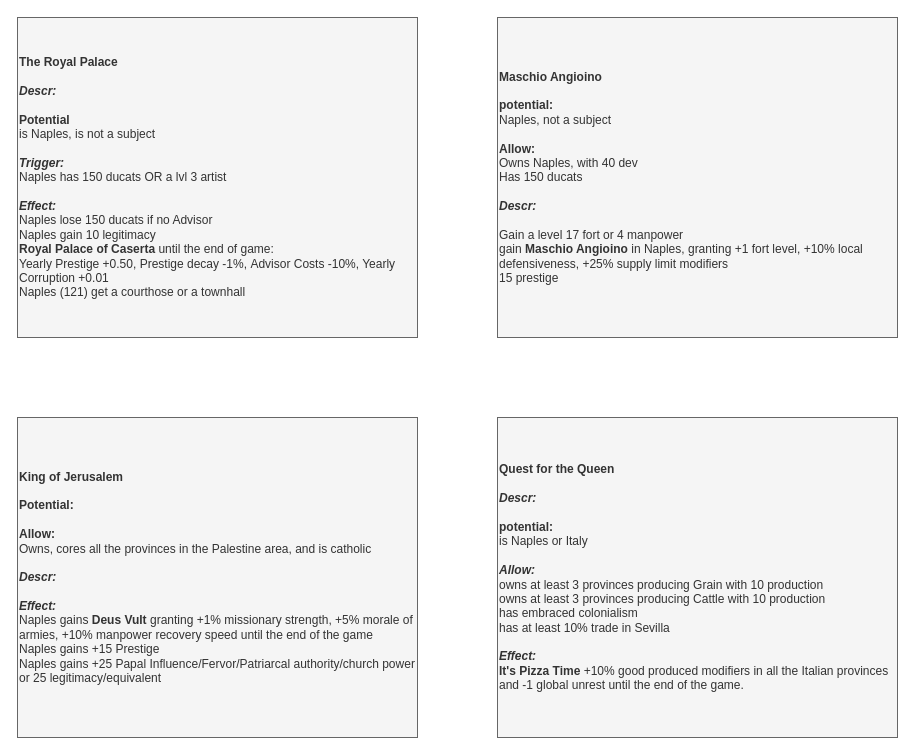
The draw.io diagram page "Decision" (3 of 3) of Naples/It's Pizza Time 0.97.drawio in Melvasul/Missions-Expanded, before the edit. Source tidied: cells renumbered, new cells numbered last; positions are measured from the earlier drawing's top-left corner, leaving out a move shared by most shapes. Both pictures are drawn from the tidied source at 100%, with x=0, y=0 at pixel (17, 17).
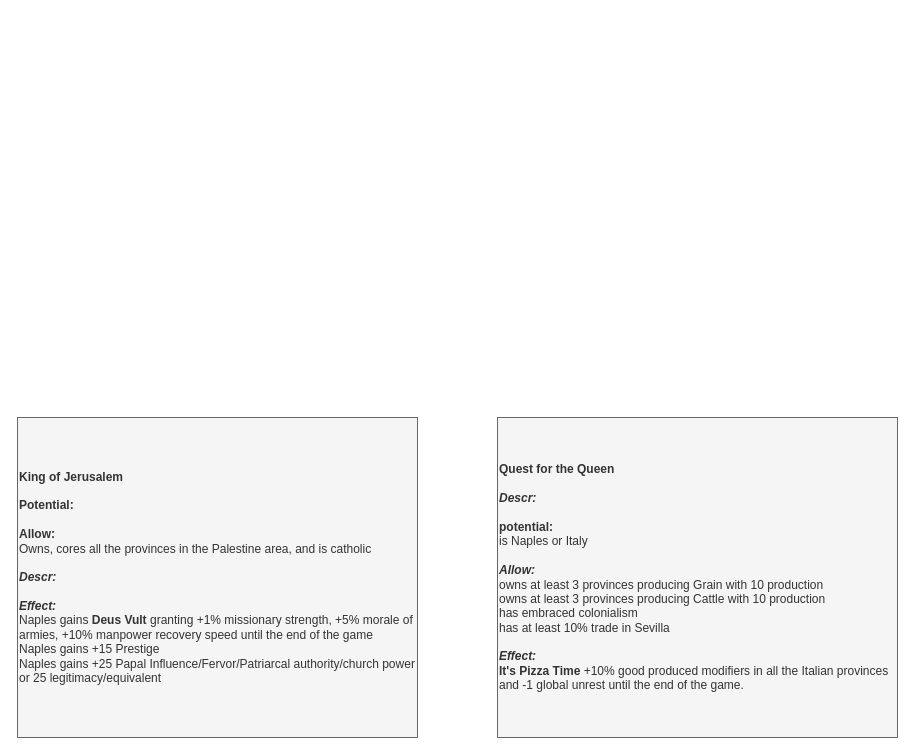
Above is the later version.

What changed in the source:
```diff
@@
 <mxGraphModel>
   <root>
     <mxCell id="0" />
     <mxCell id="1" parent="0" />
-    <mxCell id="2" value="&lt;div style=&quot;font-size: 12px&quot; align=&quot;left&quot;&gt;&lt;font style=&quot;font-size: 12px&quot;&gt;&lt;b style=&quot;font-size: 12px&quot;&gt;&lt;font style=&quot;font-size: 12px&quot;&gt;The Royal Palace&lt;/font&gt;&lt;/b&gt;&lt;/font&gt;&lt;/div&gt;&lt;div style=&quot;font-size: 12px&quot; align=&quot;left&quot;&gt;&lt;font style=&quot;font-size: 12px&quot;&gt;&lt;b style=&quot;font-size: 12px&quot;&gt;&lt;font style=&quot;font-size: 12px&quot;&gt;&lt;br style=&quot;font-size: 12px&quot;&gt;&lt;/font&gt;&lt;/b&gt;&lt;/font&gt;&lt;/div&gt;&lt;div style=&quot;font-size: 12px&quot; align=&quot;left&quot;&gt;&lt;font style=&quot;font-size: 12px&quot;&gt;&lt;span style=&quot;font-size: 12px&quot;&gt;&lt;font style=&quot;font-size: 12px&quot;&gt;&lt;i style=&quot;font-size: 12px&quot;&gt;&lt;b style=&quot;font-size: 12px&quot;&gt;Descr:&lt;/b&gt;&lt;/i&gt;&lt;/font&gt;&lt;/span&gt;&lt;/font&gt;&lt;/div&gt;&lt;div style=&quot;font-size: 12px&quot; align=&quot;left&quot;&gt;&lt;div align=&quot;left&quot; style=&quot;font-size: 12px&quot;&gt;&lt;br&gt;&lt;/div&gt;&lt;div align=&quot;left&quot; style=&quot;font-size: 12px&quot;&gt;&lt;b&gt;Potential&lt;/b&gt;&lt;/div&gt;&lt;div align=&quot;left&quot; style=&quot;font-size: 12px&quot;&gt;is Naples, is not a subject&lt;/div&gt;&lt;div align=&quot;left&quot; style=&quot;font-size: 12px&quot;&gt;&lt;br&gt;&lt;/div&gt;&lt;/div&gt;&lt;div style=&quot;font-size: 12px&quot; align=&quot;left&quot;&gt;&lt;font style=&quot;font-size: 12px&quot;&gt;&lt;b style=&quot;font-size: 12px&quot;&gt;&lt;i style=&quot;font-size: 12px&quot;&gt;Trigger:&lt;/i&gt;&lt;/b&gt;&lt;/font&gt;&lt;/div&gt;&lt;div style=&quot;font-size: 12px&quot; align=&quot;left&quot;&gt;Naples has 150 ducats OR a lvl 3 artist&lt;/div&gt;&lt;div style=&quot;font-size: 12px&quot; align=&quot;left&quot;&gt;&lt;br&gt;&lt;/div&gt;&lt;div style=&quot;font-size: 12px&quot; align=&quot;left&quot;&gt;&lt;font style=&quot;font-size: 12px&quot;&gt;&lt;font style=&quot;font-size: 12px&quot;&gt;&lt;b style=&quot;font-size: 12px&quot;&gt;&lt;i style=&quot;font-size: 12px&quot;&gt;Effect:&lt;/i&gt;&lt;/b&gt;&lt;/font&gt;&lt;/font&gt;&lt;/div&gt;&lt;div style=&quot;font-size: 12px&quot; align=&quot;left&quot;&gt;Naples lose 150 ducats if no Advisor&lt;/div&gt;&lt;div style=&quot;font-size: 12px&quot; align=&quot;left&quot;&gt;Naples gain 10 legitimacy&lt;/div&gt;&lt;div style=&quot;font-size: 12px&quot; align=&quot;left&quot;&gt;&lt;b&gt;Royal Palace of Caserta &lt;/b&gt;until the end of game:&lt;/div&gt;&lt;div style=&quot;font-size: 12px&quot; align=&quot;left&quot;&gt;&lt;div align=&quot;left&quot;&gt;Yearly Prestige +0.50,&amp;nbsp;&lt;span&gt;Prestige decay -1%,&lt;/span&gt;&lt;span&gt;&amp;nbsp;&lt;/span&gt;&lt;span&gt;Advisor Costs -10%, Yearly Corruption +0.01&lt;/span&gt;&lt;/div&gt;&lt;div align=&quot;left&quot;&gt;&lt;span&gt;Naples (121)&amp;nbsp;&lt;/span&gt;&lt;span&gt;get a courthose or a townhall&lt;/span&gt;&lt;br&gt;&lt;/div&gt;&lt;/div&gt;" style="rounded=0;whiteSpace=wrap;html=1;align=left;fontSize=12;fillColor=#f5f5f5;strokeColor=#666666;fontColor=#333333;" parent="1" vertex="1">
-      <mxGeometry width="400" height="320" as="geometry" />
-    </mxCell>
-    <mxCell id="3" value="&lt;div style=&quot;font-size: 12px&quot;&gt;&lt;b&gt;Maschio Angioino&lt;/b&gt;&lt;/div&gt;&lt;div style=&quot;font-size: 12px&quot;&gt;&lt;b&gt;&lt;br&gt;&lt;/b&gt;&lt;/div&gt;&lt;div style=&quot;font-size: 12px&quot;&gt;&lt;b&gt;potential:&lt;/b&gt;&lt;/div&gt;&lt;div style=&quot;font-size: 12px&quot;&gt;Naples, not a subject&lt;/div&gt;&lt;div style=&quot;font-size: 12px&quot;&gt;&lt;b&gt;&lt;br&gt;&lt;/b&gt;&lt;/div&gt;&lt;div style=&quot;font-size: 12px&quot;&gt;&lt;b&gt;Allow:&lt;/b&gt;&lt;/div&gt;&lt;div style=&quot;font-size: 12px&quot;&gt;Owns Naples, with 40 dev&lt;/div&gt;&lt;div style=&quot;font-size: 12px&quot;&gt;Has 150 ducats&lt;/div&gt;&lt;div style=&quot;font-size: 12px&quot;&gt;&lt;b&gt;&lt;br&gt;&lt;/b&gt;&lt;/div&gt;&lt;div&gt;&lt;font&gt;&lt;div style=&quot;font-size: 12px&quot;&gt;&lt;b style=&quot;font-size: 12px&quot;&gt;&lt;i style=&quot;font-size: 12px&quot;&gt;Descr:&amp;nbsp;&lt;/i&gt;&lt;/b&gt;&lt;/div&gt;&lt;div style=&quot;font-size: 12px&quot;&gt;&lt;b style=&quot;font-size: 12px&quot;&gt;&lt;i style=&quot;font-size: 12px&quot;&gt;&lt;br&gt;&lt;/i&gt;&lt;/b&gt;&lt;/div&gt;&lt;/font&gt;&lt;/div&gt;&lt;div style=&quot;font-size: 12px&quot;&gt;&lt;/div&gt;&lt;font&gt;Gain a level 17 fort or 4 manpower&lt;br&gt;gain &lt;b&gt;Maschio Angioino&lt;/b&gt;&amp;nbsp;in Naples, granting +1 fort level, +10% local defensiveness, +25% supply limit modifiers&lt;br&gt;15 prestige&lt;br&gt;&lt;/font&gt;" style="rounded=0;whiteSpace=wrap;html=1;align=left;fontSize=12;fillColor=#f5f5f5;strokeColor=#666666;fontColor=#333333;fontFamily=Helvetica;" parent="1" vertex="1">
-      <mxGeometry x="480" width="400" height="320" as="geometry" />
-    </mxCell>
     <mxCell id="4" value="&lt;div style=&quot;font-size: 12px&quot;&gt;&lt;b style=&quot;font-size: 12px&quot;&gt;King of Jerusalem&lt;/b&gt;&lt;/div&gt;&lt;div style=&quot;font-size: 12px&quot;&gt;&lt;b style=&quot;font-size: 12px&quot;&gt;&lt;i style=&quot;font-size: 12px&quot;&gt;&lt;br&gt;&lt;/i&gt;&lt;/b&gt;&lt;/div&gt;&lt;div style=&quot;font-size: 12px&quot;&gt;&lt;b style=&quot;font-size: 12px&quot;&gt;&lt;span style=&quot;font-size: 12px&quot;&gt;Potential:&lt;/span&gt;&lt;/b&gt;&lt;/div&gt;&lt;div style=&quot;font-size: 12px&quot;&gt;&lt;br&gt;&lt;/div&gt;&lt;div style=&quot;font-size: 12px&quot;&gt;&lt;b style=&quot;font-size: 12px&quot;&gt;&lt;span style=&quot;font-size: 12px&quot;&gt;&lt;span style=&quot;font-size: 12px&quot;&gt;Allow:&lt;/span&gt;&lt;br style=&quot;font-size: 12px&quot;&gt;&lt;/span&gt;&lt;/b&gt;&lt;/div&gt;&lt;div style=&quot;font-size: 12px&quot;&gt;&lt;span&gt;Owns, cores all the provinces in the Palestine area, and is catholic&lt;/span&gt;&lt;br&gt;&lt;/div&gt;&lt;div style=&quot;font-size: 12px&quot;&gt;&lt;font style=&quot;font-size: 12px&quot;&gt;&lt;br&gt;&lt;/font&gt;&lt;/div&gt;&lt;div style=&quot;font-size: 12px&quot;&gt;&lt;i style=&quot;font-weight: 700&quot;&gt;Descr:&lt;/i&gt;&lt;br&gt;&lt;/div&gt;&lt;div style=&quot;font-size: 12px&quot;&gt;&lt;font style=&quot;font-size: 12px&quot;&gt;&lt;i style=&quot;font-weight: 700&quot;&gt;&lt;br&gt;&lt;/i&gt;&lt;/font&gt;&lt;/div&gt;&lt;div style=&quot;font-size: 12px&quot;&gt;&lt;font style=&quot;font-size: 12px&quot;&gt;&lt;b style=&quot;font-size: 12px&quot;&gt;&lt;i style=&quot;font-size: 12px&quot;&gt;Effect:&lt;/i&gt;&lt;/b&gt;&lt;/font&gt;&lt;/div&gt;&lt;div style=&quot;font-size: 12px&quot;&gt;Naples gains &lt;b&gt;Deus Vult&lt;/b&gt;&amp;nbsp;granting +1% missionary strength, +5% morale of armies, +10% manpower recovery speed until the end of the game&lt;/div&gt;&lt;div style=&quot;font-size: 12px&quot;&gt;Naples gains +15 Prestige&lt;/div&gt;&lt;div style=&quot;font-size: 12px&quot;&gt;Naples gains +25 Papal Influence/Fervor/Patriarcal authority/church power or 25 legitimacy/equivalent&lt;/div&gt;" style="rounded=0;whiteSpace=wrap;html=1;align=left;fontSize=12;fillColor=#f5f5f5;strokeColor=#666666;fontColor=#333333;" parent="1" vertex="1">
       <mxGeometry y="400" width="400" height="320" as="geometry" />
     </mxCell>
     <mxCell id="5" value="&lt;div style=&quot;font-size: 12px&quot; align=&quot;left&quot;&gt;&lt;b&gt;Quest for the Queen&lt;/b&gt;&lt;/div&gt;&lt;div style=&quot;font-size: 12px&quot; align=&quot;left&quot;&gt;&lt;b&gt;&lt;br&gt;&lt;/b&gt;&lt;/div&gt;&lt;div style=&quot;font-size: 12px&quot; align=&quot;left&quot;&gt;&lt;font style=&quot;font-size: 12px&quot;&gt;&lt;span style=&quot;font-size: 12px&quot;&gt;&lt;font style=&quot;font-size: 12px&quot;&gt;&lt;i style=&quot;font-size: 12px&quot;&gt;&lt;b style=&quot;font-size: 12px&quot;&gt;Descr:&lt;/b&gt;&lt;/i&gt;&lt;/font&gt;&lt;/span&gt;&lt;/font&gt;&lt;/div&gt;&lt;div style=&quot;font-size: 12px&quot; align=&quot;left&quot;&gt;&lt;div align=&quot;left&quot; style=&quot;font-size: 12px&quot;&gt;&lt;br&gt;&lt;/div&gt;&lt;div align=&quot;left&quot; style=&quot;font-size: 12px&quot;&gt;&lt;b&gt;potential:&lt;/b&gt;&lt;/div&gt;&lt;div align=&quot;left&quot; style=&quot;font-size: 12px&quot;&gt;is Naples or Italy&lt;/div&gt;&lt;div align=&quot;left&quot; style=&quot;font-size: 12px&quot;&gt;&lt;br&gt;&lt;/div&gt;&lt;/div&gt;&lt;div style=&quot;font-size: 12px&quot; align=&quot;left&quot;&gt;&lt;font style=&quot;font-size: 12px&quot;&gt;&lt;b style=&quot;font-size: 12px&quot;&gt;&lt;i style=&quot;font-size: 12px&quot;&gt;Allow:&lt;/i&gt;&lt;/b&gt;&lt;/font&gt;&lt;/div&gt;&lt;div style=&quot;font-size: 12px&quot; align=&quot;left&quot;&gt;owns at least 3 provinces producing Grain with 10 production&lt;/div&gt;&lt;div style=&quot;font-size: 12px&quot; align=&quot;left&quot;&gt;owns at least 3 provinces producing Cattle&amp;nbsp;with 10 production&lt;/div&gt;&lt;div style=&quot;font-size: 12px&quot; align=&quot;left&quot;&gt;has embraced colonialism&lt;/div&gt;&lt;div style=&quot;font-size: 12px&quot; align=&quot;left&quot;&gt;has at least 10% trade in Sevilla&lt;/div&gt;&lt;div style=&quot;font-size: 12px&quot; align=&quot;left&quot;&gt;&lt;br&gt;&lt;/div&gt;&lt;div style=&quot;font-size: 12px&quot; align=&quot;left&quot;&gt;&lt;font style=&quot;font-size: 12px&quot;&gt;&lt;font style=&quot;font-size: 12px&quot;&gt;&lt;b style=&quot;font-size: 12px&quot;&gt;&lt;i style=&quot;font-size: 12px&quot;&gt;Effect:&lt;/i&gt;&lt;/b&gt;&lt;/font&gt;&lt;/font&gt;&lt;/div&gt;&lt;div style=&quot;font-size: 12px&quot; align=&quot;left&quot;&gt;&lt;b style=&quot;font-size: 12px&quot;&gt;It's Pizza Time&amp;nbsp;&lt;/b&gt;+&lt;span style=&quot;font-size: 12px&quot;&gt;10% good produced modifiers in all the Italian provinces and -1 global unrest until the end of the game.&lt;/span&gt;&lt;/div&gt;" style="rounded=0;whiteSpace=wrap;html=1;align=left;fontSize=12;fillColor=#f5f5f5;strokeColor=#666666;fontColor=#333333;" parent="1" vertex="1">
       <mxGeometry x="480" y="400" width="400" height="320" as="geometry" />
     </mxCell>
   </root>
 </mxGraphModel>
```
